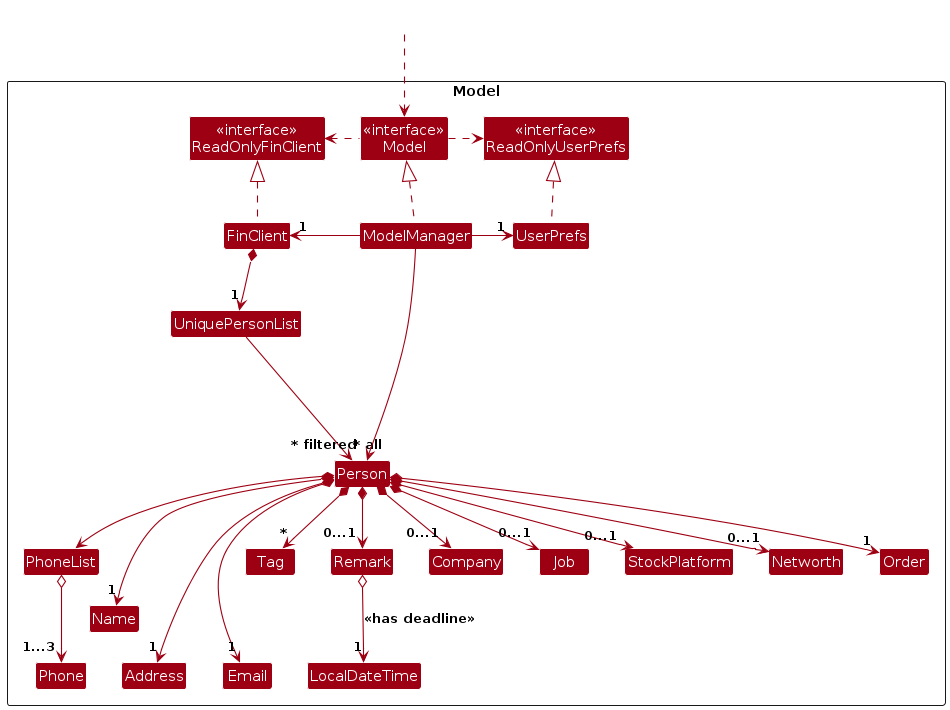
The PlantUML diagram diagrams/ModelClassDiagram.png in AY2425S2-CS2103T-T11-4/tp, before a commit. Its source is kept beside it as diagrams/ModelClassDiagram.puml.
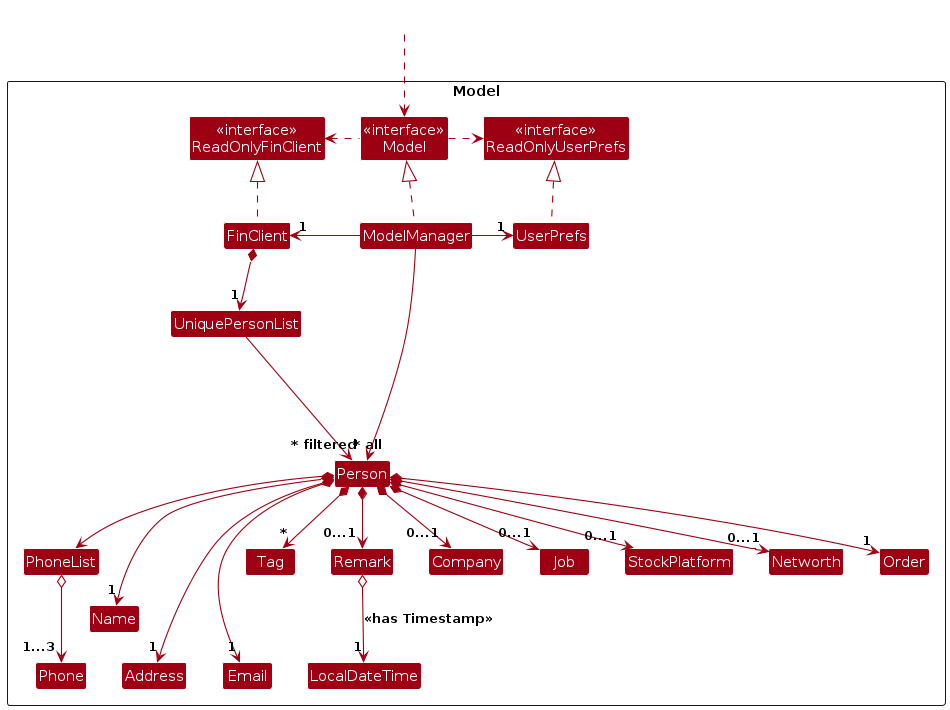
Later version of the same file.

What changed in the source:
```diff
@@ -58,7 +58,7 @@
 Person *--> "0...1" Networth
 
 PhoneList o--> "1...3" Phone
-Remark o--> "1" LocalDateTime : <<has deadline>>
+Remark o--> "1" LocalDateTime : <<has Timestamp>>
 
 Person -[hidden]up--> I
 UniquePersonList -[hidden]right-> I
```
